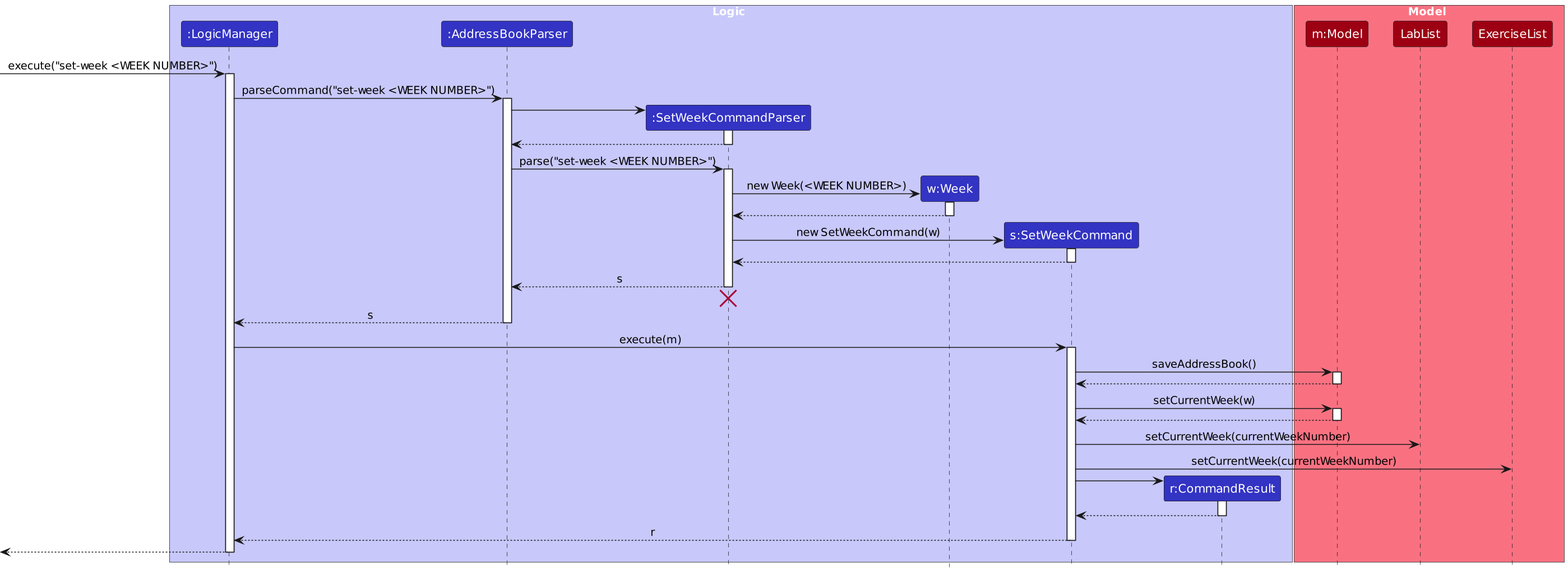
This is diagrams/set-week/SetWeekSequenceDiagram.png from AY2526S1-CS2103T-T09-3/tp, a PlantUML export, as it was before one commit. Its source is kept beside it as diagrams/set-week/SetWeekSequenceDiagram.puml.
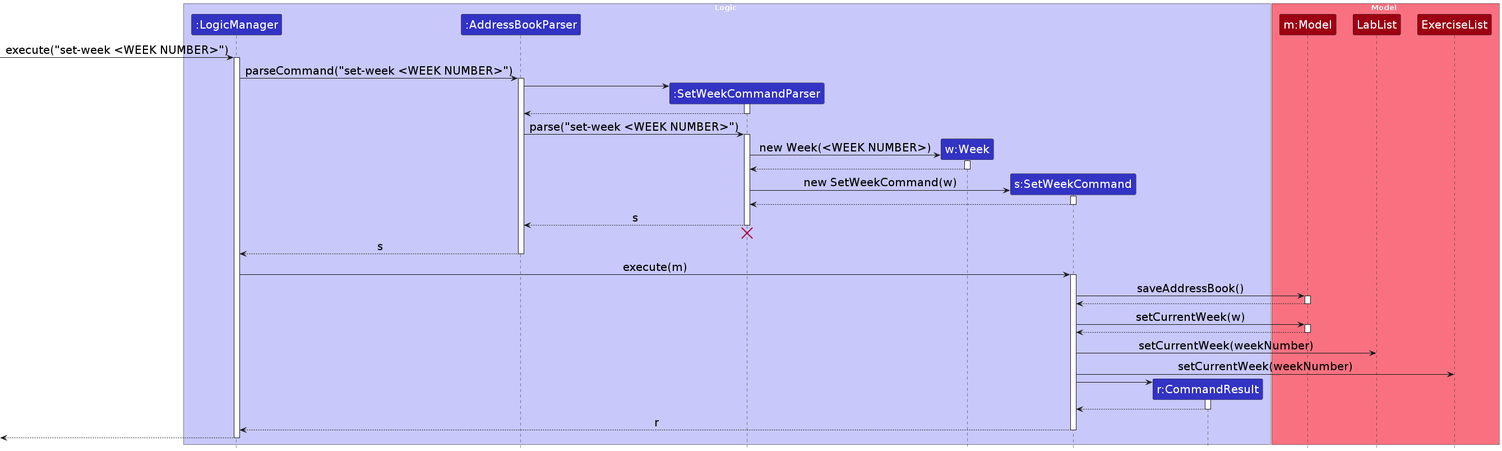
The same diagram one commit later.

Change to the diagram source:
```diff
@@ -1,6 +1,8 @@
 @startuml
 !include ../style.puml
 skinparam ArrowFontStyle plain
+skinparam sequenceArrowFontSize 20
+skinparam sequenceParticipantFontSize 20
 
 box Logic LOGIC_COLOR_T1
 participant ":LogicManager" as LogicManager LOGIC_COLOR
@@ -70,8 +72,8 @@
 Model --> SetWeekCommand
 deactivate Model
 
-SetWeekCommand -> LabList : setCurrentWeek(currentWeekNumber)
-SetWeekCommand -> ExerciseList : setCurrentWeek(currentWeekNumber)
+SetWeekCommand -> LabList : setCurrentWeek(weekNumber)
+SetWeekCommand -> ExerciseList : setCurrentWeek(weekNumber)
 
 create CommandResult
 SetWeekCommand -> CommandResult
@@ -86,5 +88,4 @@
 [<-- LogicManager
 deactivate LogicManager
 
-scale 1.5
 @enduml
```
